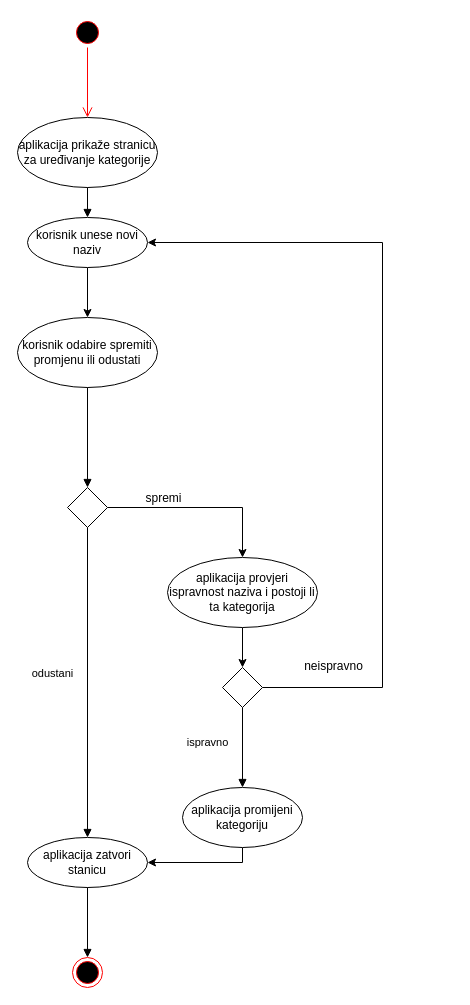
Earlier version of the draw.io diagram page "Azuriranje kategorije" (2 of 3) of doc/aktivnosti_kategorija.drawio (avucak/upi_20_budget). Source tidied: cells renumbered, new cells numbered last; positions are measured from the earlier drawing's top-left corner, leaving out a move shared by most shapes. Both pictures are drawn from the tidied source at 100%, with x=0, y=0 at pixel (17, 17).
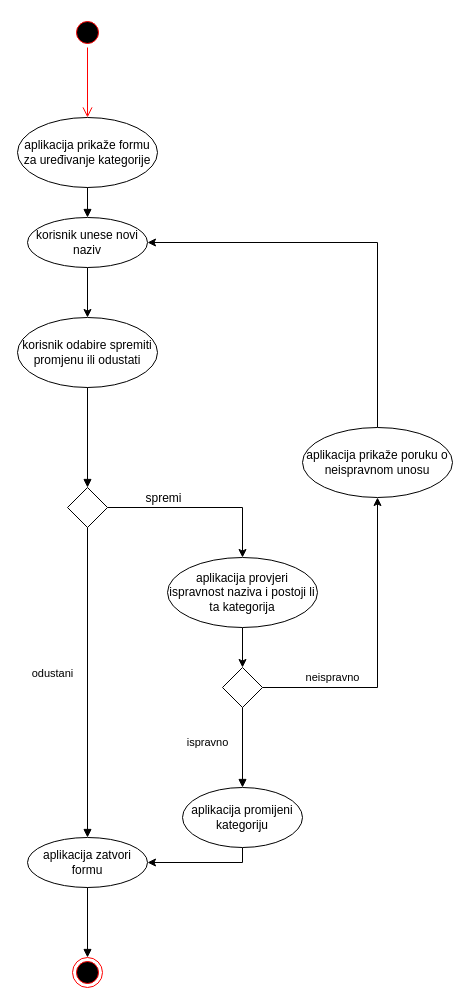
The same diagram, later.

The change refers to these unchanged cells:
```xml
<mxCell id="6" value="korisnik unese novi naziv" style="ellipse;whiteSpace=wrap;html=1;" parent="1" vertex="1">
  <mxGeometry x="10" y="200" width="120" height="50" as="geometry" />
</mxCell>
<mxCell id="13" style="strokeWidth=1;html=1;shape=mxgraph.flowchart.decision;whiteSpace=wrap;" parent="1" vertex="1">
  <mxGeometry x="205" y="650" width="40" height="40" as="geometry" />
</mxCell>
```

Diff of the diagram source:
```diff
@@
-    <mxCell id="4" value="aplikacija prikaže stranicu za uređivanje kategorije" style="ellipse;whiteSpace=wrap;html=1;" parent="1" vertex="1">
+    <mxCell id="4" value="aplikacija prikaže formu za uređivanje kategorije" style="ellipse;whiteSpace=wrap;html=1;" parent="1" vertex="1">
       <mxGeometry y="100" width="140" height="70" as="geometry" />
     </mxCell>
@@
-    <mxCell id="11" style="edgeStyle=orthogonalEdgeStyle;rounded=0;jettySize=auto;html=1;exitX=1;exitY=0.5;exitDx=0;exitDy=0;exitPerimeter=0;entryX=1;entryY=0.5;entryDx=0;entryDy=0;" parent="1" edge="1" source="13" target="6">
-      <mxGeometry relative="1" as="geometry">
-        <Array as="points">
-          <mxPoint x="365" y="670" />
-          <mxPoint x="365" y="225" />
-        </Array>
-      </mxGeometry>
-    </mxCell>
-    <mxCell id="12" value="neispravno" style="text;html=1;align=center;verticalAlign=middle;labelBackgroundColor=#ffffff;" parent="11" vertex="1">
-      <mxGeometry x="-0.44" y="-2" relative="1" as="geometry">
-        <mxPoint x="-52" y="82" as="offset" />
-      </mxGeometry>
+    <mxCell id="12" value="neispravno" style="edgeStyle=orthogonalEdgeStyle;rounded=0;jettySize=auto;html=1;exitX=1;exitY=0.5;exitDx=0;exitDy=0;exitPerimeter=0;" parent="1" edge="1" source="13" target="26">
+      <mxGeometry x="-0.54" y="10" relative="1" as="geometry" />
     </mxCell>
@@
-    <mxCell id="19" value="aplikacija zatvori stanicu" style="ellipse;whiteSpace=wrap;html=1;strokeWidth=1;" parent="1" vertex="1">
+    <mxCell id="19" value="aplikacija zatvori formu" style="ellipse;whiteSpace=wrap;html=1;strokeWidth=1;" parent="1" vertex="1">
       <mxGeometry x="10" y="820" width="120" height="50" as="geometry" />
     </mxCell>
@@
+    <mxCell id="25" style="edgeStyle=orthogonalEdgeStyle;rounded=0;jettySize=auto;html=1;exitX=0.5;exitY=0;exitDx=0;exitDy=0;entryX=1;entryY=0.5;entryDx=0;entryDy=0;" parent="1" edge="1" source="26" target="6">
+      <mxGeometry relative="1" as="geometry" />
+    </mxCell>
+    <mxCell id="26" value="aplikacija prikaže poruku o neispravnom unosu" style="ellipse;whiteSpace=wrap;html=1;" parent="1" vertex="1">
+      <mxGeometry x="285" y="410" width="150" height="70" as="geometry" />
+    </mxCell>
```
